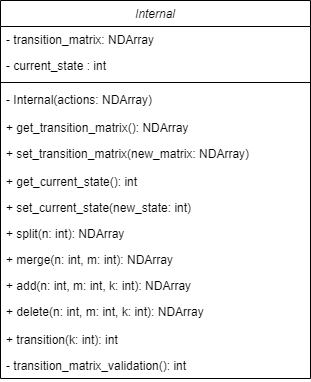
Above: misc/diagrams/internal_class_diagram.png in filkata123/RSSTP (draw.io), before the change. Source tidied: cells renumbered, new cells last; positions are measured from the earlier drawing's top-left corner, leaving out a move shared by most shapes.
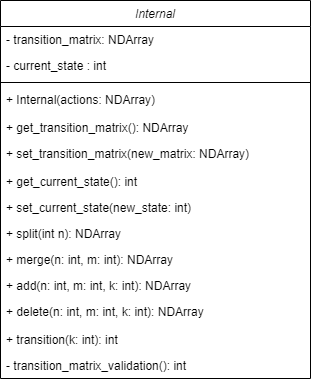
After the change.

The edit, as a diff of the source:
```diff
@@ -14,7 +14,7 @@
     <mxCell id="5" style="line;html=1;strokeWidth=1;align=left;verticalAlign=middle;spacingTop=-1;spacingLeft=3;spacingRight=3;labelPosition=right;" parent="2" vertex="1">
       <mxGeometry y="78" width="310" height="8" as="geometry" />
     </mxCell>
-    <mxCell id="6" value="- Internal(actions: NDArray)" style="text;align=left;verticalAlign=top;spacingLeft=4;spacingRight=4;overflow=hidden;" parent="2" vertex="1">
+    <mxCell id="6" value="+ Internal(actions: NDArray)" style="text;align=left;verticalAlign=top;spacingLeft=4;spacingRight=4;overflow=hidden;" parent="2" vertex="1">
       <mxGeometry y="86" width="310" height="28" as="geometry" />
     </mxCell>
     <mxCell id="7" value="+ get_transition_matrix(): NDArray" style="text;align=left;verticalAlign=top;spacingLeft=4;spacingRight=4;overflow=hidden;" parent="2" vertex="1">
@@ -29,7 +29,7 @@
     <mxCell id="10" value="+ set_current_state(new_state: int)" style="text;align=left;verticalAlign=top;spacingLeft=4;spacingRight=4;overflow=hidden;" parent="2" vertex="1">
       <mxGeometry y="194" width="310" height="26" as="geometry" />
     </mxCell>
-    <mxCell id="11" value="+ split(n: int): NDArray" style="text;align=left;verticalAlign=top;spacingLeft=4;spacingRight=4;overflow=hidden;" parent="2" vertex="1">
+    <mxCell id="11" value="+ split(int n): NDArray" style="text;align=left;verticalAlign=top;spacingLeft=4;spacingRight=4;overflow=hidden;" parent="2" vertex="1">
       <mxGeometry y="220" width="310" height="26" as="geometry" />
     </mxCell>
     <mxCell id="12" value="+ merge(n: int, m: int): NDArray" style="text;align=left;verticalAlign=top;spacingLeft=4;spacingRight=4;overflow=hidden;" parent="2" vertex="1">
```
